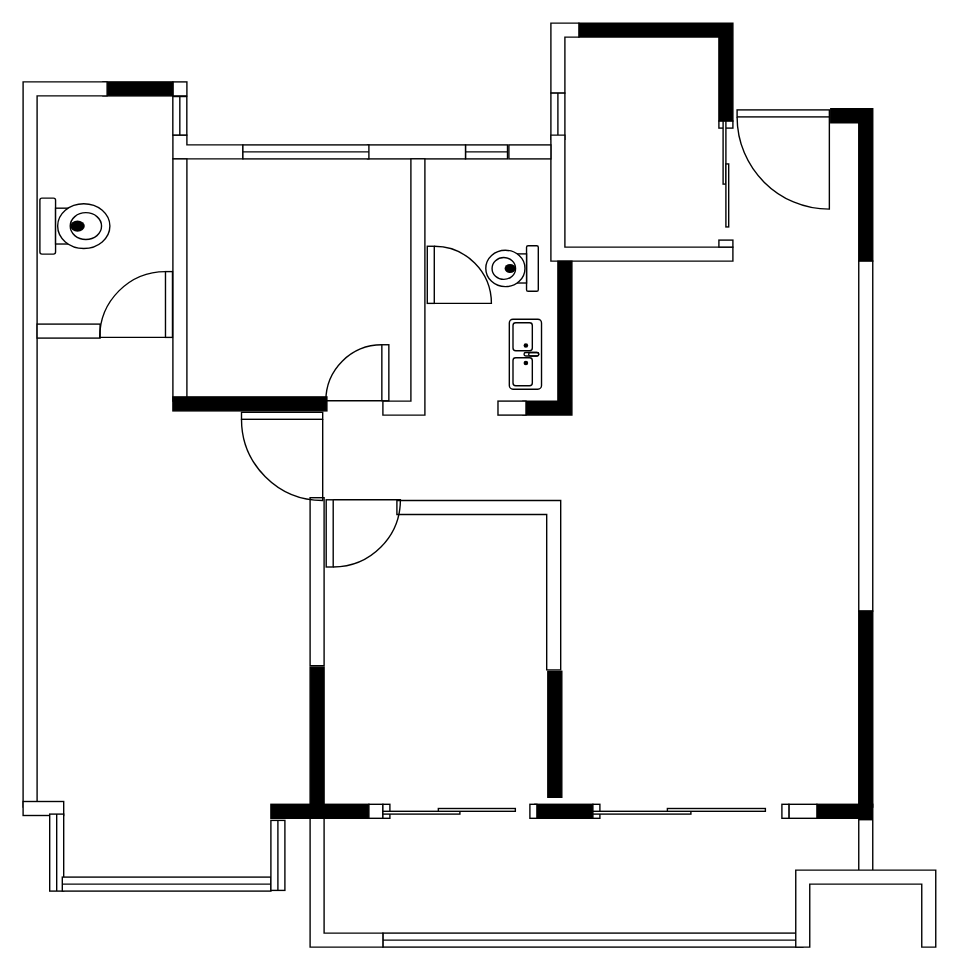
The draw.io diagram 户型.drawio in HaroldCC/dotfiles, before the edit. Source tidied: cells renumbered, new cells numbered last; positions are measured from the earlier drawing's top-left corner, leaving out a move shared by most shapes. Both pictures are drawn from the tidied source at 140%, with x=0, y=0 at pixel (18, 22).
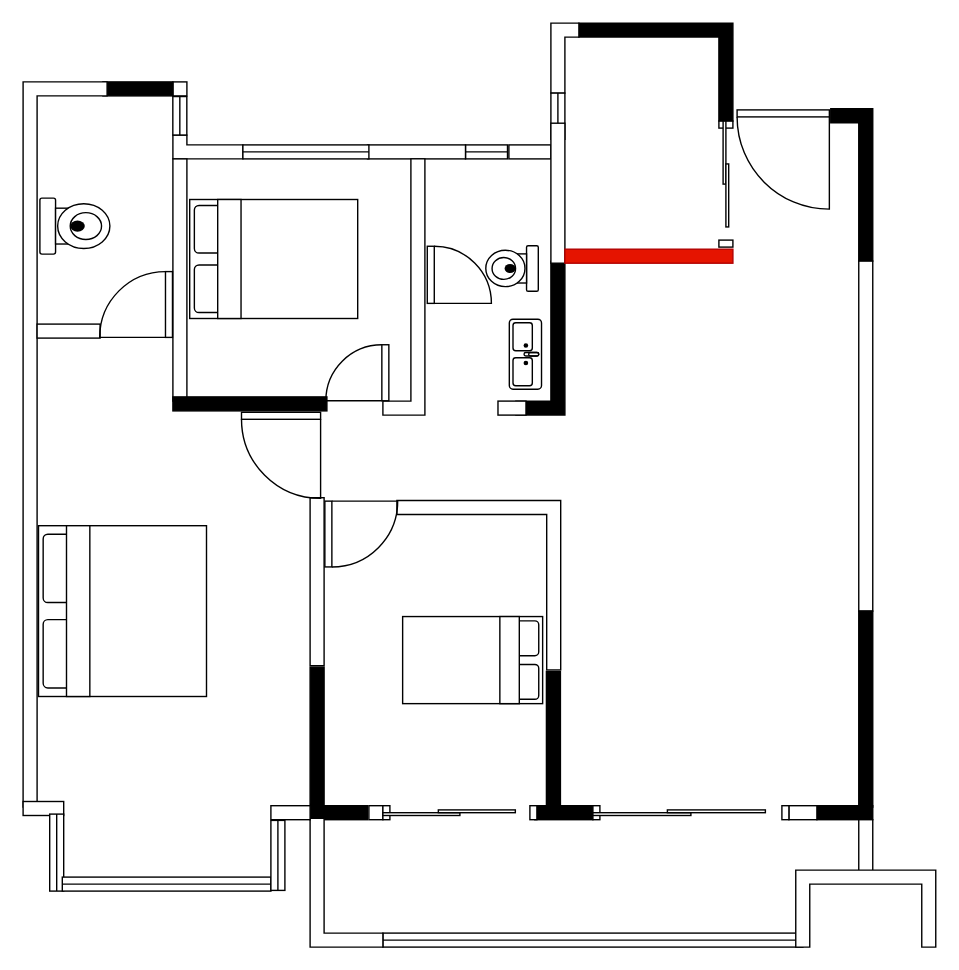
After the change.

Diff of the diagram source:
```diff
@@
-    <mxCell id="8" style="verticalLabelPosition=bottom;html=1;verticalAlign=top;align=center;shape=mxgraph.floorplan.wallCorner;direction=north;" parent="1" vertex="1">
-      <mxGeometry x="380" y="80" width="130" height="90" as="geometry" />
-    </mxCell>
@@
     <mxCell id="10" style="verticalLabelPosition=bottom;html=1;verticalAlign=top;align=center;shape=mxgraph.floorplan.wallCorner;fillColor=strokeColor;direction=west;" parent="1" vertex="1">
-      <mxGeometry x="360" y="170" width="35" height="110" as="geometry" />
+      <mxGeometry x="355" y="170" width="35" height="110" as="geometry" />
     </mxCell>
@@
     <mxCell id="32" style="verticalLabelPosition=bottom;html=1;verticalAlign=top;align=center;shape=mxgraph.floorplan.wall;fillColor=strokeColor;" parent="1" vertex="1">
-      <mxGeometry x="180" y="558" width="70" height="10" as="geometry" />
+      <mxGeometry x="208" y="559" width="41" height="10" as="geometry" />
     </mxCell>
@@
     <mxCell id="37" style="verticalLabelPosition=bottom;html=1;verticalAlign=top;align=center;shape=mxgraph.floorplan.wall;" parent="1" vertex="1">
-      <mxGeometry x="250" y="558" width="10" height="10" as="geometry" />
+      <mxGeometry x="250" y="559" width="10" height="10" as="geometry" />
     </mxCell>
     <mxCell id="38" style="verticalLabelPosition=bottom;html=1;verticalAlign=top;align=center;shape=mxgraph.floorplan.wall;fillColor=strokeColor;direction=south;" parent="1" vertex="1">
-      <mxGeometry x="377.8" y="463" width="10" height="90" as="geometry" />
+      <mxGeometry x="376.8" y="463" width="10" height="96" as="geometry" />
     </mxCell>
     <mxCell id="39" style="verticalLabelPosition=bottom;html=1;verticalAlign=top;align=center;shape=mxgraph.floorplan.wall;fillColor=strokeColor;" parent="1" vertex="1">
-      <mxGeometry x="368.5" y="558" width="41.5" height="10" as="geometry" />
+      <mxGeometry x="368.5" y="559" width="41.5" height="10" as="geometry" />
     </mxCell>
     <mxCell id="40" style="verticalLabelPosition=bottom;html=1;verticalAlign=top;align=center;shape=mxgraph.floorplan.wall;fillColor=strokeColor;" parent="1" vertex="1">
-      <mxGeometry x="570" y="558" width="39.9" height="10" as="geometry" />
+      <mxGeometry x="570" y="559" width="39.9" height="10" as="geometry" />
     </mxCell>
@@
     <mxCell id="42" style="verticalLabelPosition=bottom;html=1;verticalAlign=top;align=center;shape=mxgraph.floorplan.wall;" parent="1" vertex="1">
-      <mxGeometry x="550" y="558" width="20" height="10" as="geometry" />
+      <mxGeometry x="550" y="559" width="20" height="10" as="geometry" />
     </mxCell>
     <mxCell id="43" style="verticalLabelPosition=bottom;html=1;verticalAlign=top;align=center;shape=mxgraph.floorplan.doorSlidingGlass;dx=0.38;" parent="1" vertex="1">
-      <mxGeometry x="410" y="558" width="140" height="10" as="geometry" />
+      <mxGeometry x="410" y="559" width="140" height="10" as="geometry" />
     </mxCell>
@@
     <mxCell id="46" style="verticalLabelPosition=bottom;html=1;verticalAlign=top;align=center;shape=mxgraph.floorplan.doorSlidingGlass;dx=0.36;" parent="1" vertex="1">
-      <mxGeometry x="260" y="558" width="110" height="10" as="geometry" />
+      <mxGeometry x="260" y="559" width="110" height="10" as="geometry" />
     </mxCell>
@@
     <mxCell id="49" style="verticalLabelPosition=bottom;html=1;verticalAlign=top;align=center;shape=mxgraph.floorplan.doorRight;rotation=-90;" parent="1" vertex="1">
-      <mxGeometry x="221" y="339" width="48" height="51" as="geometry" />
+      <mxGeometry x="220" y="340" width="47" height="49.9" as="geometry" />
     </mxCell>
     <mxCell id="50" style="verticalLabelPosition=bottom;html=1;verticalAlign=top;align=center;shape=mxgraph.floorplan.doorRight;" parent="1" vertex="1">
-      <mxGeometry x="159" y="278" width="58" height="61.6" as="geometry" />
+      <mxGeometry x="159" y="278" width="56.5" height="60" as="geometry" />
     </mxCell>
@@
+    <mxCell id="53" style="verticalLabelPosition=bottom;html=1;verticalAlign=top;align=center;shape=mxgraph.floorplan.wall;direction=south;" parent="1" vertex="1">
+      <mxGeometry x="380" y="71.5" width="10" height="100" as="geometry" />
+    </mxCell>
+    <mxCell id="54" style="verticalLabelPosition=bottom;html=1;verticalAlign=top;align=center;shape=mxgraph.floorplan.wall;fillColor=#e51400;fontColor=#ffffff;strokeColor=#B20000;" parent="1" vertex="1">
+      <mxGeometry x="390" y="161.5" width="120" height="10" as="geometry" />
+    </mxCell>
+    <mxCell id="55" style="verticalLabelPosition=bottom;html=1;verticalAlign=top;align=center;shape=mxgraph.floorplan.wall;" parent="1" vertex="1">
+      <mxGeometry x="180" y="559" width="28" height="10" as="geometry" />
+    </mxCell>
+    <mxCell id="56" style="verticalLabelPosition=bottom;html=1;verticalAlign=top;align=center;shape=mxgraph.floorplan.bed_double;rotation=-90;" parent="1" vertex="1">
+      <mxGeometry x="13" y="360" width="122" height="120" as="geometry" />
+    </mxCell>
+    <mxCell id="57" style="verticalLabelPosition=bottom;html=1;verticalAlign=top;align=center;shape=mxgraph.floorplan.bed_double;rotation=90;" parent="1" vertex="1">
+      <mxGeometry x="293" y="405" width="62.2" height="100" as="geometry" />
+    </mxCell>
+    <mxCell id="58" style="verticalLabelPosition=bottom;html=1;verticalAlign=top;align=center;shape=mxgraph.floorplan.bed_double;rotation=-90;" parent="1" vertex="1">
+      <mxGeometry x="139.5" y="108.5" width="85" height="120" as="geometry" />
+    </mxCell>
```
